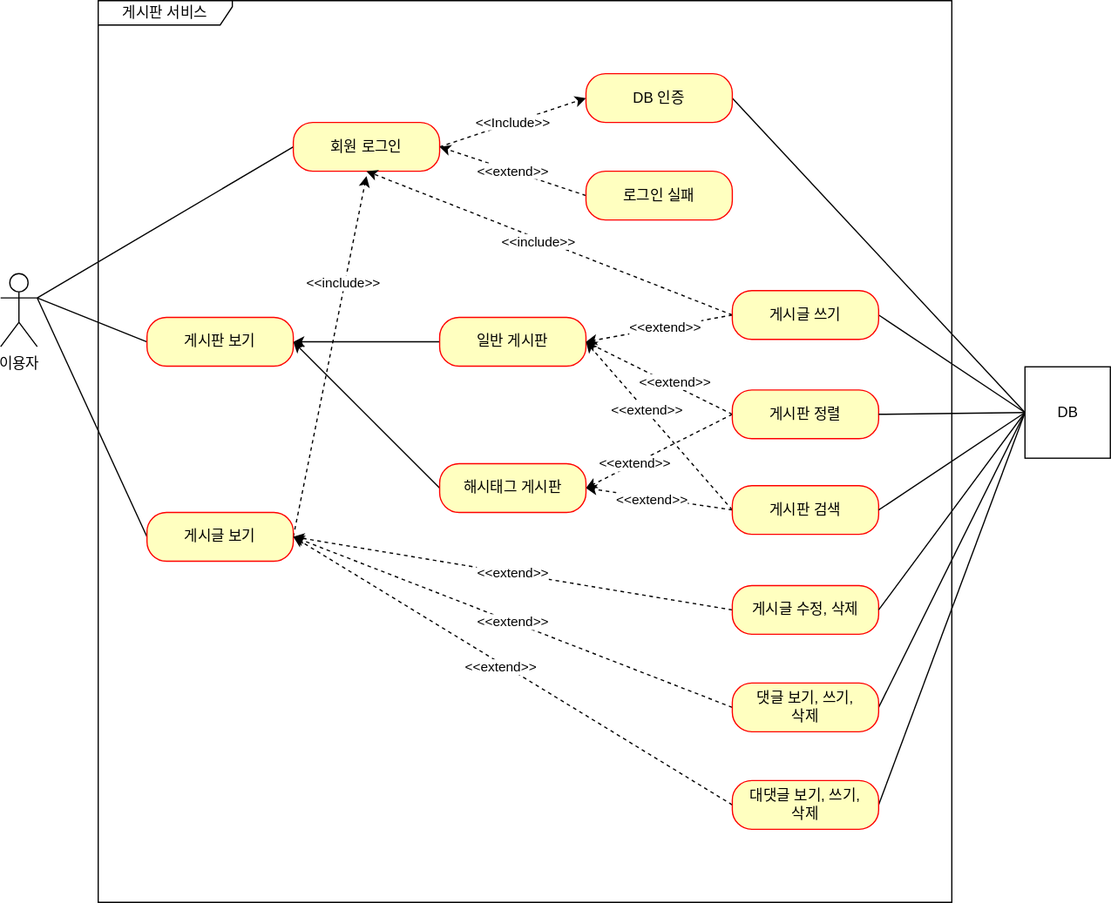
This is document/use-case.svg from kangdaelyeol/fc-project, a draw.io export, as it was before one commit. Source tidied: cells renumbered, new cells last; positions are measured from the earlier drawing's top-left corner, leaving out a move shared by most shapes.
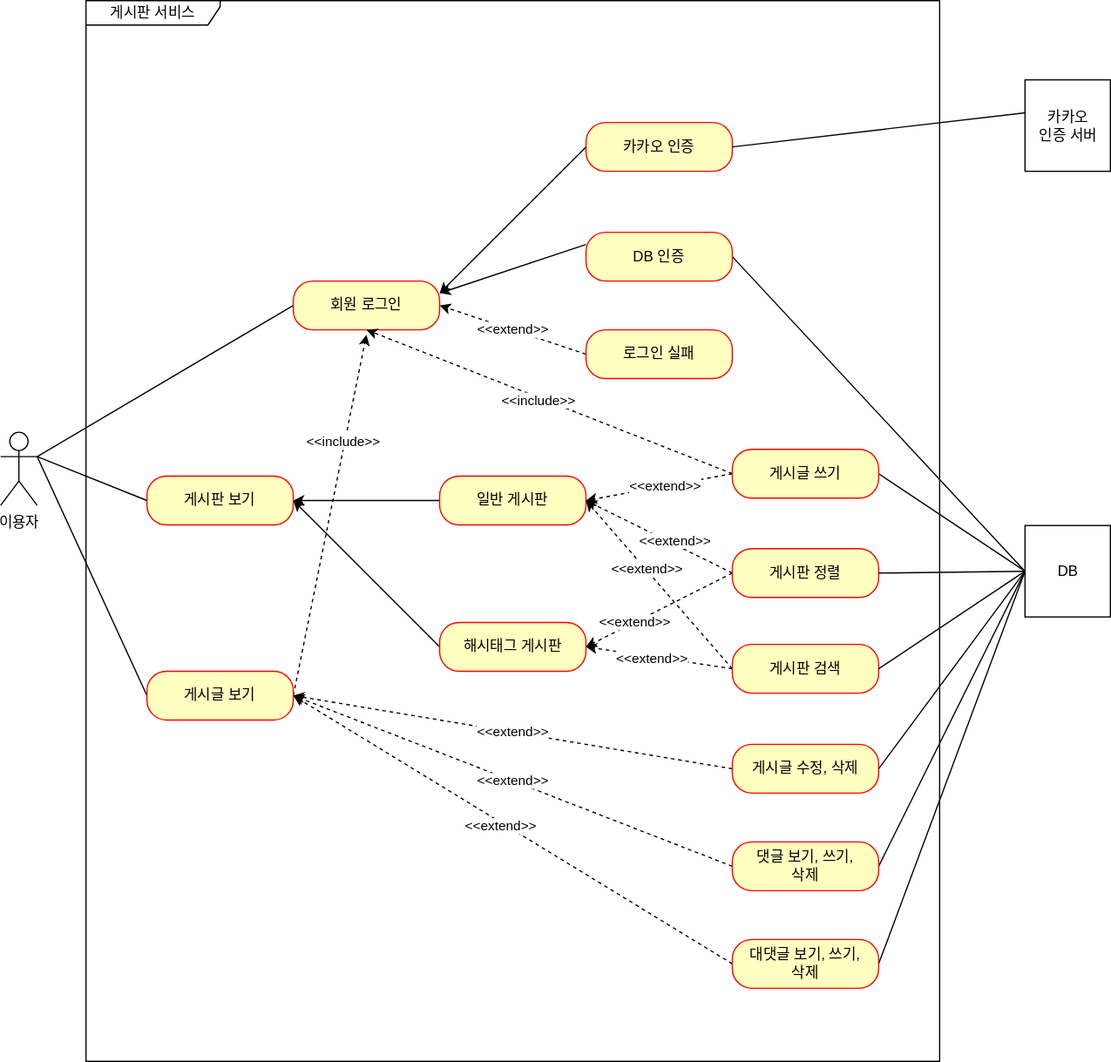
After the change.

Commit message:
#48 - 카카오 인증 유즈케이스 추가

Change to the diagram source:
```diff
@@ -6,7 +6,7 @@
       <mxGeometry y="224" width="30" height="60" as="geometry" />
     </mxCell>
     <mxCell id="3" value="게시판 서비스" style="shape=umlFrame;whiteSpace=wrap;html=1;width=110;height=20;" parent="1" vertex="1">
-      <mxGeometry x="80" width="700" height="740" as="geometry" />
+      <mxGeometry x="70" y="-130" width="700" height="870" as="geometry" />
     </mxCell>
     <mxCell id="4" style="rounded=0;jettySize=auto;html=1;exitX=0;exitY=0.5;exitDx=0;exitDy=0;entryX=1;entryY=0.5;entryDx=0;entryDy=0;" parent="1" edge="1" source="5" target="7">
       <mxGeometry relative="1" as="geometry" />
@@ -41,9 +41,6 @@
         <mxPoint x="30" y="244" as="targetPoint" />
       </mxGeometry>
     </mxCell>
-    <mxCell id="13" value="&amp;lt;&amp;lt;Include&amp;gt;&amp;gt;" style="rounded=0;jettySize=auto;html=1;exitX=1;exitY=0.5;exitDx=0;exitDy=0;entryX=0;entryY=0.5;entryDx=0;entryDy=0;dashed=1;" parent="1" edge="1" source="14" target="16">
-      <mxGeometry relative="1" as="geometry" />
-    </mxCell>
     <mxCell id="14" value="회원 로그인" style="rounded=1;whiteSpace=wrap;html=1;arcSize=40;fontColor=#000000;fillColor=#ffffc0;strokeColor=#ff0000;" parent="1" vertex="1">
       <mxGeometry x="240" y="100" width="120" height="40" as="geometry" />
     </mxCell>
@@ -162,5 +159,22 @@
     <mxCell id="51" value="대댓글 보기, 쓰기,&lt;br&gt;삭제" style="rounded=1;whiteSpace=wrap;html=1;arcSize=40;fontColor=#000000;fillColor=#ffffc0;strokeColor=#ff0000;" parent="1" vertex="1">
       <mxGeometry x="600" y="640" width="120" height="40" as="geometry" />
     </mxCell>
+    <mxCell id="52" value="카카오 인증" style="rounded=1;whiteSpace=wrap;html=1;arcSize=40;fontColor=#000000;fillColor=#ffffc0;strokeColor=#ff0000;" parent="1" vertex="1">
+      <mxGeometry x="480" y="-30" width="120" height="40" as="geometry" />
+    </mxCell>
+    <mxCell id="53" value="카카오&lt;div&gt;인증 서버&lt;/div&gt;" style="html=1;" parent="1" vertex="1">
+      <mxGeometry x="840" y="-65" width="70" height="75" as="geometry" />
+    </mxCell>
+    <mxCell id="54" style="edgeStyle=none;rounded=0;jettySize=auto;html=1;exitX=0;exitY=0.36;exitDx=0;exitDy=0;entryX=1;entryY=0.5;entryDx=0;entryDy=0;endArrow=none;endFill=0;exitPerimeter=0;" parent="1" edge="1" source="53" target="52">
+      <mxGeometry relative="1" as="geometry" />
+    </mxCell>
+    <mxCell id="55" style="edgeStyle=none;rounded=0;jettySize=auto;html=1;exitX=0;exitY=0.5;exitDx=0;exitDy=0;endArrow=classic;endFill=1;strokeWidth=1;strokeColor=default;curved=0;targetPerimeterSpacing=1;sourcePerimeterSpacing=1;" parent="1" edge="1" source="52">
+      <mxGeometry relative="1" as="geometry">
+        <mxPoint x="360" y="110" as="targetPoint" />
+      </mxGeometry>
+    </mxCell>
+    <mxCell id="56" style="edgeStyle=none;rounded=0;jettySize=auto;html=1;exitX=0;exitY=0.25;exitDx=0;exitDy=0;endArrow=classic;endFill=1;strokeWidth=1;strokeColor=default;curved=0;targetPerimeterSpacing=1;sourcePerimeterSpacing=1;entryX=1;entryY=0.25;entryDx=0;entryDy=0;" parent="1" edge="1" source="16" target="14">
+      <mxGeometry relative="1" as="geometry" />
+    </mxCell>
   </root>
 </mxGraphModel>
```
